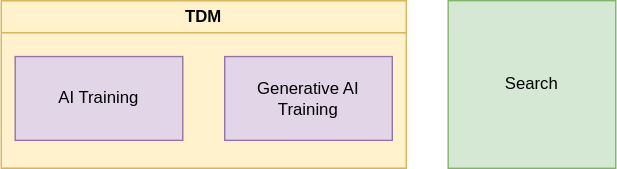
paul2keller/opt-out-vocab keeps this draw.io diagram as categories.drawio.svg. Above is the earlier version. Source tidied: cells renumbered, new cells last; positions are measured from the earlier drawing's top-left corner, leaving out a move shared by most shapes.
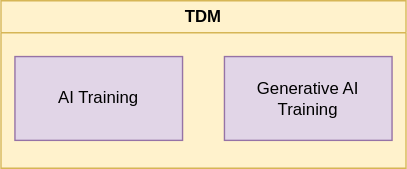
The same diagram one commit later.

Commit message:
update diagram for latest text and regenerate the docs

Diff of the diagram source:
```diff
@@ -11,8 +11,5 @@
     <mxCell id="4" value="Generative AI Training" style="rounded=0;whiteSpace=wrap;html=1;fillColor=#e1d5e7;strokeColor=#9673a6;" parent="2" vertex="1">
       <mxGeometry x="160" y="40" width="120" height="60" as="geometry" />
     </mxCell>
-    <mxCell id="5" value="Search" style="rounded=0;whiteSpace=wrap;html=1;fillColor=#d5e8d4;strokeColor=#82b366;" parent="1" vertex="1">
-      <mxGeometry x="320" width="120" height="120" as="geometry" />
-    </mxCell>
   </root>
 </mxGraphModel>
```
